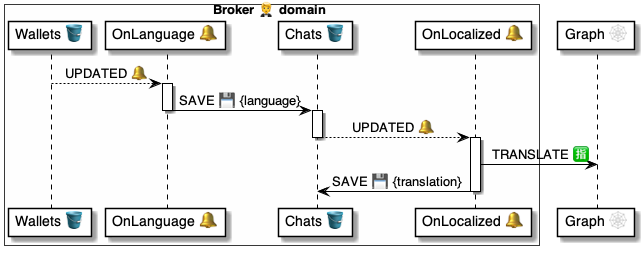
The PlantUML diagram 4 ⚙️ Solution/20 🧑‍🦰 UI/Brokers 🤵/🤵🪣 Broker tables/Chats 💬 table/🪣🔔 7 Localized/🤵 OnChatLocalized ⚙️ uml.png in pollyweb-org/pollyweb-docs, before a commit. Its source is kept beside it as 4 ⚙️ Solution/20 🧑‍🦰 UI/Brokers 🤵/🤵🪣 Broker tables/Chats 💬 table/🪣🔔 7 Localized/🤵 OnChatLocalized ⚙️ uml.puml.
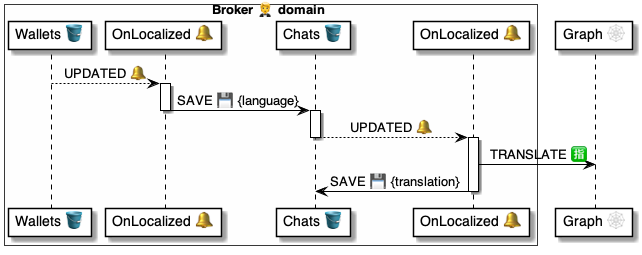
After the commit.

Change to the diagram source:
```diff
@@ -3,12 +3,12 @@
 
 box Broker 🤵 domain #FFFFFA
     participant "Wallets 🪣" as wallets
-    participant "OnLanguage 🔔" as script
+    participant "OnLocalized 🔔" as script
     participant "Chats 🪣" as chats
     participant "OnLocalized 🔔" as handler
 end box
+participant "Graph 🕸" as graph
 
-participant "Graph 🕸" as graph
 
 wallets --> script: UPDATED 🔔
 activate script
```
